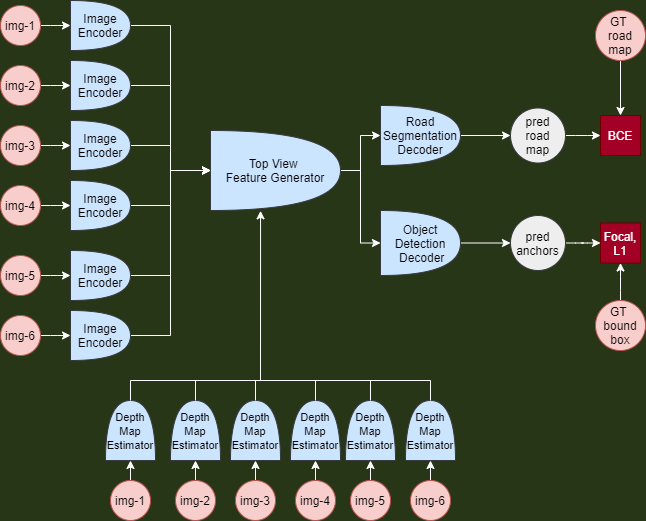
SohamTamba/projects keeps this draw.io diagram as assets/images/DL-SP20/depth_model.png. Above is the earlier version. Source tidied: cells renumbered, new cells last; positions are measured from the earlier drawing's top-left corner, leaving out a move shared by most shapes.
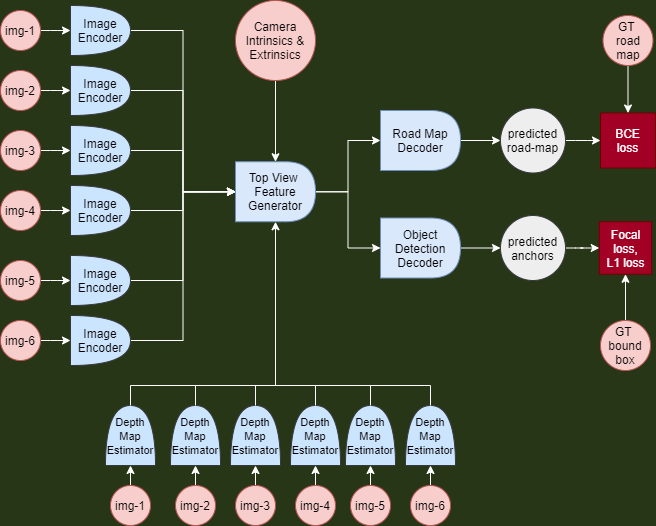
After the commit.

Change to the diagram source:
```diff
@@ -8,7 +8,7 @@
     <mxCell id="3" value="img-1" style="ellipse;whiteSpace=wrap;html=1;rounded=0;sketch=0;strokeColor=#b85450;fillColor=#f8cecc;" parent="1" vertex="1">
       <mxGeometry y="5" width="40" height="40" as="geometry" />
     </mxCell>
-    <mxCell id="4" style="edgeStyle=orthogonalEdgeStyle;rounded=0;jettySize=auto;html=1;entryX=0;entryY=0.5;entryDx=0;entryDy=0;entryPerimeter=0;strokeColor=#FFFFFF;" parent="1" edge="1" source="5" target="34">
+    <mxCell id="4" style="edgeStyle=orthogonalEdgeStyle;rounded=0;jettySize=auto;html=1;entryX=0;entryY=0.5;entryDx=0;entryDy=0;strokeColor=#FFFFFF;" parent="1" edge="1" source="5" target="34">
       <mxGeometry relative="1" as="geometry" />
     </mxCell>
     <mxCell id="5" value="Image&lt;br&gt;Encoder" style="shape=or;whiteSpace=wrap;html=1;rounded=0;sketch=0;fillColor=#cce5ff;strokeColor=#36393d;" parent="1" vertex="1">
@@ -20,7 +20,7 @@
     <mxCell id="7" value="img-2" style="ellipse;whiteSpace=wrap;html=1;rounded=0;sketch=0;strokeColor=#b85450;fillColor=#f8cecc;" parent="1" vertex="1">
       <mxGeometry y="65" width="40" height="40" as="geometry" />
     </mxCell>
-    <mxCell id="8" style="edgeStyle=orthogonalEdgeStyle;rounded=0;jettySize=auto;html=1;entryX=0;entryY=0.5;entryDx=0;entryDy=0;entryPerimeter=0;strokeColor=#FFFFFF;" parent="1" edge="1" source="9" target="34">
+    <mxCell id="8" style="edgeStyle=orthogonalEdgeStyle;rounded=0;jettySize=auto;html=1;entryX=0;entryY=0.5;entryDx=0;entryDy=0;strokeColor=#FFFFFF;" parent="1" edge="1" source="9" target="34">
       <mxGeometry relative="1" as="geometry" />
     </mxCell>
     <mxCell id="9" value="Image&lt;br&gt;Encoder" style="shape=or;whiteSpace=wrap;html=1;rounded=0;sketch=0;fillColor=#cce5ff;strokeColor=#36393d;" parent="1" vertex="1">
@@ -32,7 +32,7 @@
     <mxCell id="11" value="img-3" style="ellipse;whiteSpace=wrap;html=1;rounded=0;sketch=0;strokeColor=#b85450;fillColor=#f8cecc;" parent="1" vertex="1">
       <mxGeometry y="125" width="40" height="40" as="geometry" />
     </mxCell>
-    <mxCell id="12" style="edgeStyle=orthogonalEdgeStyle;rounded=0;jettySize=auto;html=1;entryX=0;entryY=0.5;entryDx=0;entryDy=0;entryPerimeter=0;strokeColor=#FFFFFF;" parent="1" edge="1" source="13" target="34">
+    <mxCell id="12" style="edgeStyle=orthogonalEdgeStyle;rounded=0;jettySize=auto;html=1;entryX=0;entryY=0.5;entryDx=0;entryDy=0;strokeColor=#FFFFFF;" parent="1" edge="1" source="13" target="34">
       <mxGeometry relative="1" as="geometry" />
     </mxCell>
     <mxCell id="13" value="Image&lt;br&gt;Encoder" style="shape=or;whiteSpace=wrap;html=1;rounded=0;sketch=0;fillColor=#cce5ff;strokeColor=#36393d;" parent="1" vertex="1">
@@ -44,7 +44,7 @@
     <mxCell id="15" value="img-4" style="ellipse;whiteSpace=wrap;html=1;rounded=0;sketch=0;strokeColor=#b85450;fillColor=#f8cecc;" parent="1" vertex="1">
       <mxGeometry y="185" width="40" height="40" as="geometry" />
     </mxCell>
-    <mxCell id="16" style="edgeStyle=orthogonalEdgeStyle;rounded=0;jettySize=auto;html=1;entryX=0;entryY=0.5;entryDx=0;entryDy=0;entryPerimeter=0;strokeColor=#FFFFFF;" parent="1" edge="1" source="17" target="34">
+    <mxCell id="16" style="edgeStyle=orthogonalEdgeStyle;rounded=0;jettySize=auto;html=1;entryX=0;entryY=0.5;entryDx=0;entryDy=0;strokeColor=#FFFFFF;" parent="1" edge="1" source="17" target="34">
       <mxGeometry relative="1" as="geometry" />
     </mxCell>
     <mxCell id="17" value="Image&lt;br&gt;Encoder" style="shape=or;whiteSpace=wrap;html=1;rounded=0;sketch=0;fillColor=#cce5ff;strokeColor=#36393d;" parent="1" vertex="1">
@@ -56,7 +56,7 @@
     <mxCell id="19" value="img-5" style="ellipse;whiteSpace=wrap;html=1;rounded=0;sketch=0;strokeColor=#b85450;fillColor=#f8cecc;" parent="1" vertex="1">
       <mxGeometry y="255" width="40" height="40" as="geometry" />
     </mxCell>
-    <mxCell id="20" style="edgeStyle=orthogonalEdgeStyle;rounded=0;jettySize=auto;html=1;entryX=0;entryY=0.5;entryDx=0;entryDy=0;entryPerimeter=0;strokeColor=#FFFFFF;" parent="1" edge="1" source="21" target="34">
+    <mxCell id="20" style="edgeStyle=orthogonalEdgeStyle;rounded=0;jettySize=auto;html=1;entryX=0;entryY=0.5;entryDx=0;entryDy=0;strokeColor=#FFFFFF;" parent="1" edge="1" source="21" target="34">
       <mxGeometry relative="1" as="geometry" />
     </mxCell>
     <mxCell id="21" value="Image&lt;br&gt;Encoder" style="shape=or;whiteSpace=wrap;html=1;rounded=0;sketch=0;fillColor=#cce5ff;strokeColor=#36393d;" parent="1" vertex="1">
@@ -68,62 +68,41 @@
     <mxCell id="23" value="img-6" style="ellipse;whiteSpace=wrap;html=1;rounded=0;sketch=0;strokeColor=#b85450;fillColor=#f8cecc;" parent="1" vertex="1">
       <mxGeometry y="315" width="40" height="40" as="geometry" />
     </mxCell>
-    <mxCell id="24" style="edgeStyle=orthogonalEdgeStyle;rounded=0;jettySize=auto;html=1;entryX=0;entryY=0.5;entryDx=0;entryDy=0;entryPerimeter=0;strokeColor=#FFFFFF;" parent="1" edge="1" source="25" target="34">
+    <mxCell id="24" style="edgeStyle=orthogonalEdgeStyle;rounded=0;jettySize=auto;html=1;entryX=0;entryY=0.5;entryDx=0;entryDy=0;strokeColor=#FFFFFF;" parent="1" edge="1" source="25" target="34">
       <mxGeometry relative="1" as="geometry" />
     </mxCell>
     <mxCell id="25" value="Image&lt;br&gt;Encoder" style="shape=or;whiteSpace=wrap;html=1;rounded=0;sketch=0;fillColor=#cce5ff;strokeColor=#36393d;" parent="1" vertex="1">
       <mxGeometry x="70" y="310" width="60" height="50" as="geometry" />
     </mxCell>
-    <mxCell id="26" style="edgeStyle=orthogonalEdgeStyle;curved=0;rounded=1;sketch=0;jettySize=auto;html=1;entryX=0;entryY=0.5;entryDx=0;entryDy=0;strokeColor=#FFFFFF;fillColor=#BC6C25;fontColor=#FEFAE0;" parent="1" edge="1" source="27" target="36">
-      <mxGeometry relative="1" as="geometry" />
-    </mxCell>
-    <mxCell id="27" value="Road Segmentation Decoder" style="shape=or;whiteSpace=wrap;html=1;rounded=0;sketch=0;fillColor=#cce5ff;strokeColor=#36393d;" parent="1" vertex="1">
-      <mxGeometry x="380" y="105" width="80" height="60" as="geometry" />
-    </mxCell>
-    <mxCell id="28" style="edgeStyle=orthogonalEdgeStyle;curved=0;rounded=1;sketch=0;jettySize=auto;html=1;entryX=0;entryY=0.5;entryDx=0;entryDy=0;strokeColor=#FFFFFF;fillColor=#BC6C25;fontColor=#FEFAE0;" parent="1" edge="1" source="29" target="31">
-      <mxGeometry relative="1" as="geometry" />
-    </mxCell>
-    <mxCell id="29" value="Object&lt;br&gt;Detection&lt;br&gt;&amp;nbsp;Decoder" style="shape=or;whiteSpace=wrap;html=1;rounded=0;sketch=0;fillColor=#cce5ff;strokeColor=#36393d;" parent="1" vertex="1">
-      <mxGeometry x="380" y="210" width="80" height="65" as="geometry" />
-    </mxCell>
     <mxCell id="30" style="edgeStyle=orthogonalEdgeStyle;curved=0;rounded=1;sketch=0;jettySize=auto;html=1;entryX=0;entryY=0.5;entryDx=0;entryDy=0;strokeColor=#FFFFFF;fillColor=#BC6C25;fontColor=#FEFAE0;" parent="1" edge="1" source="31" target="38">
       <mxGeometry relative="1" as="geometry" />
     </mxCell>
-    <mxCell id="31" value="pred&lt;br&gt;anchors" style="ellipse;whiteSpace=wrap;html=1;rounded=0;sketch=0;fillColor=#eeeeee;strokeColor=#36393d;" parent="1" vertex="1">
-      <mxGeometry x="510" y="215" width="55" height="55" as="geometry" />
+    <mxCell id="31" value="predicted&lt;br&gt;anchors" style="ellipse;whiteSpace=wrap;html=1;rounded=0;sketch=0;fillColor=#eeeeee;strokeColor=#36393d;" parent="1" vertex="1">
+      <mxGeometry x="500" y="210" width="65" height="65" as="geometry" />
     </mxCell>
-    <mxCell id="32" style="edgeStyle=orthogonalEdgeStyle;rounded=0;jettySize=auto;html=1;entryX=0;entryY=0.5;entryDx=0;entryDy=0;entryPerimeter=0;strokeColor=#FFFFFF;" parent="1" edge="1" source="34" target="29">
-      <mxGeometry relative="1" as="geometry" />
-    </mxCell>
-    <mxCell id="33" style="edgeStyle=orthogonalEdgeStyle;rounded=0;jettySize=auto;html=1;entryX=0;entryY=0.5;entryDx=0;entryDy=0;entryPerimeter=0;strokeColor=#FFFFFF;" parent="1" edge="1" source="34" target="27">
-      <mxGeometry relative="1" as="geometry" />
-    </mxCell>
-    <mxCell id="34" value="Top View &lt;br&gt;Feature Generator" style="shape=or;whiteSpace=wrap;html=1;rounded=0;sketch=0;fillColor=#cce5ff;strokeColor=#36393d;" parent="1" vertex="1">
-      <mxGeometry x="210" y="130" width="130" height="80" as="geometry" />
-    </mxCell>
     <mxCell id="35" style="edgeStyle=orthogonalEdgeStyle;curved=0;rounded=1;sketch=0;jettySize=auto;html=1;entryX=0;entryY=0.5;entryDx=0;entryDy=0;strokeColor=#FFFFFF;fillColor=#BC6C25;fontColor=#FEFAE0;" parent="1" edge="1" source="36" target="37">
       <mxGeometry relative="1" as="geometry" />
     </mxCell>
-    <mxCell id="36" value="pred&lt;br&gt;road&lt;br&gt;map" style="ellipse;whiteSpace=wrap;html=1;rounded=0;sketch=0;fillColor=#eeeeee;strokeColor=#36393d;" parent="1" vertex="1">
-      <mxGeometry x="510" y="107.5" width="55" height="55" as="geometry" />
+    <mxCell id="36" value="predicted&lt;br&gt;road-map" style="ellipse;whiteSpace=wrap;html=1;rounded=0;sketch=0;fillColor=#eeeeee;strokeColor=#36393d;" parent="1" vertex="1">
+      <mxGeometry x="500" y="102.5" width="65" height="65" as="geometry" />
     </mxCell>
-    <mxCell id="37" value="BCE" style="whiteSpace=wrap;html=1;rounded=0;sketch=0;strokeColor=#6F0000;fillColor=#a20025;fontColor=#ffffff;" parent="1" vertex="1">
-      <mxGeometry x="600" y="115" width="40" height="40" as="geometry" />
+    <mxCell id="37" value="BCE&lt;br&gt;loss" style="whiteSpace=wrap;html=1;rounded=0;sketch=0;strokeColor=#6F0000;fillColor=#a20025;fontColor=#ffffff;" parent="1" vertex="1">
+      <mxGeometry x="600" y="107.5" width="55" height="55" as="geometry" />
     </mxCell>
-    <mxCell id="38" value="Focal,&lt;br&gt;L1" style="whiteSpace=wrap;html=1;rounded=0;sketch=0;strokeColor=#6F0000;fillColor=#a20025;fontColor=#ffffff;" parent="1" vertex="1">
-      <mxGeometry x="600" y="222.5" width="40" height="40" as="geometry" />
+    <mxCell id="38" value="Focal loss,&lt;br&gt;L1 loss" style="whiteSpace=wrap;html=1;rounded=0;sketch=0;strokeColor=#6F0000;fillColor=#a20025;fontColor=#ffffff;" parent="1" vertex="1">
+      <mxGeometry x="598.8" y="216.2" width="52.5" height="52.5" as="geometry" />
     </mxCell>
     <mxCell id="39" style="edgeStyle=orthogonalEdgeStyle;curved=0;rounded=1;sketch=0;jettySize=auto;html=1;entryX=0.5;entryY=0;entryDx=0;entryDy=0;strokeColor=#FFFFFF;fillColor=#BC6C25;fontColor=#FEFAE0;" parent="1" edge="1" source="40" target="37">
       <mxGeometry relative="1" as="geometry" />
     </mxCell>
     <mxCell id="40" value="GT &lt;br&gt;road map" style="ellipse;whiteSpace=wrap;html=1;rounded=0;sketch=0;strokeColor=#b85450;fillColor=#f8cecc;" parent="1" vertex="1">
-      <mxGeometry x="595" y="10" width="50" height="50" as="geometry" />
+      <mxGeometry x="602.5" y="10" width="50" height="50" as="geometry" />
     </mxCell>
     <mxCell id="41" style="edgeStyle=orthogonalEdgeStyle;curved=0;rounded=1;sketch=0;jettySize=auto;html=1;entryX=0.5;entryY=1;entryDx=0;entryDy=0;strokeColor=#FFFFFF;fillColor=#BC6C25;fontColor=#FEFAE0;" parent="1" edge="1" source="42" target="38">
       <mxGeometry relative="1" as="geometry" />
     </mxCell>
     <mxCell id="42" value="GT &lt;br&gt;bound&lt;br&gt;box" style="ellipse;whiteSpace=wrap;html=1;rounded=0;sketch=0;strokeColor=#b85450;fillColor=#f8cecc;" parent="1" vertex="1">
-      <mxGeometry x="595" y="300" width="50" height="50" as="geometry" />
+      <mxGeometry x="600" y="315" width="50" height="50" as="geometry" />
     </mxCell>
     <mxCell id="43" style="edgeStyle=orthogonalEdgeStyle;curved=0;rounded=1;sketch=0;jettySize=auto;html=1;entryX=0;entryY=0.5;entryDx=0;entryDy=0;entryPerimeter=0;strokeColor=#FFFFFF;fillColor=#BC6C25;fontColor=#FEFAE0;" parent="1" edge="1" source="44" target="54">
       <mxGeometry relative="1" as="geometry" />
@@ -195,9 +174,9 @@
         <mxPoint x="430" y="380" as="targetPoint" />
       </mxGeometry>
     </mxCell>
-    <mxCell id="64" style="endArrow=classic;html=1;strokeColor=#FFFFFF;fillColor=#BC6C25;fontColor=#FEFAE0;entryX=0.385;entryY=1.004;entryDx=0;entryDy=0;entryPerimeter=0;" parent="1" edge="1" target="34">
+    <mxCell id="64" style="endArrow=classic;html=1;strokeColor=#FFFFFF;fillColor=#BC6C25;fontColor=#FEFAE0;entryX=0.5;entryY=1;entryDx=0;entryDy=0;" parent="1" edge="1" target="34">
       <mxGeometry relative="1" as="geometry">
-        <mxPoint x="260" y="380" as="sourcePoint" />
+        <mxPoint x="275" y="380" as="sourcePoint" />
       </mxGeometry>
     </mxCell>
     <mxCell id="65" style="endArrow=none;html=1;strokeColor=#FFFFFF;fillColor=#BC6C25;fontColor=#FEFAE0;exitX=1;exitY=0.5;exitDx=0;exitDy=0;exitPerimeter=0;" parent="1" edge="1" source="54">
@@ -220,5 +199,32 @@
         <mxPoint x="370" y="380" as="targetPoint" />
       </mxGeometry>
     </mxCell>
+    <mxCell id="69" style="edgeStyle=orthogonalEdgeStyle;rounded=0;jettySize=auto;html=1;entryX=0.5;entryY=0;entryDx=0;entryDy=0;strokeColor=#FFFFFF;" parent="1" edge="1" source="70" target="34">
+      <mxGeometry relative="1" as="geometry" />
+    </mxCell>
+    <mxCell id="70" value="Camera Intrinsics &amp;amp; Extrinsics" style="ellipse;whiteSpace=wrap;html=1;rounded=0;sketch=0;strokeColor=#b85450;fillColor=#f8cecc;" parent="1" vertex="1">
+      <mxGeometry x="235" y="-5" width="80" height="80" as="geometry" />
+    </mxCell>
+    <mxCell id="32" style="edgeStyle=orthogonalEdgeStyle;rounded=0;jettySize=auto;html=1;entryX=0;entryY=0.5;entryDx=0;entryDy=0;strokeColor=#FFFFFF;" parent="1" edge="1" source="34" target="29">
+      <mxGeometry relative="1" as="geometry" />
+    </mxCell>
+    <mxCell id="71" style="edgeStyle=orthogonalEdgeStyle;rounded=0;jettySize=auto;html=1;entryX=0;entryY=0.5;entryDx=0;entryDy=0;strokeColor=#FFFFFF;" parent="1" edge="1" source="34" target="73">
+      <mxGeometry relative="1" as="geometry" />
+    </mxCell>
+    <mxCell id="34" value="&lt;span&gt;Top View&amp;nbsp;&lt;/span&gt;&lt;br&gt;&lt;span&gt;Feature Generator&lt;/span&gt;" style="shape=delay;whiteSpace=wrap;html=1;fillColor=#dae8fc;strokeColor=#6c8ebf;" parent="1" vertex="1">
+      <mxGeometry x="235" y="156.2" width="80" height="60" as="geometry" />
+    </mxCell>
+    <mxCell id="72" style="edgeStyle=orthogonalEdgeStyle;rounded=0;jettySize=auto;html=1;entryX=0;entryY=0.5;entryDx=0;entryDy=0;strokeColor=#FFFFFF;" parent="1" edge="1" source="73" target="36">
+      <mxGeometry relative="1" as="geometry" />
+    </mxCell>
+    <mxCell id="73" value="Road Map Decoder" style="shape=delay;whiteSpace=wrap;html=1;fillColor=#dae8fc;strokeColor=#6c8ebf;" parent="1" vertex="1">
+      <mxGeometry x="380" y="105" width="80" height="60" as="geometry" />
+    </mxCell>
+    <mxCell id="28" style="edgeStyle=orthogonalEdgeStyle;rounded=0;jettySize=auto;html=1;entryX=0;entryY=0.5;entryDx=0;entryDy=0;strokeColor=#FFFFFF;" parent="1" edge="1" source="29" target="31">
+      <mxGeometry relative="1" as="geometry" />
+    </mxCell>
+    <mxCell id="29" value="Object Detection Decoder" style="shape=delay;whiteSpace=wrap;html=1;fillColor=#dae8fc;strokeColor=#6c8ebf;" parent="1" vertex="1">
+      <mxGeometry x="380" y="212.5" width="80" height="60" as="geometry" />
+    </mxCell>
   </root>
 </mxGraphModel>
```
